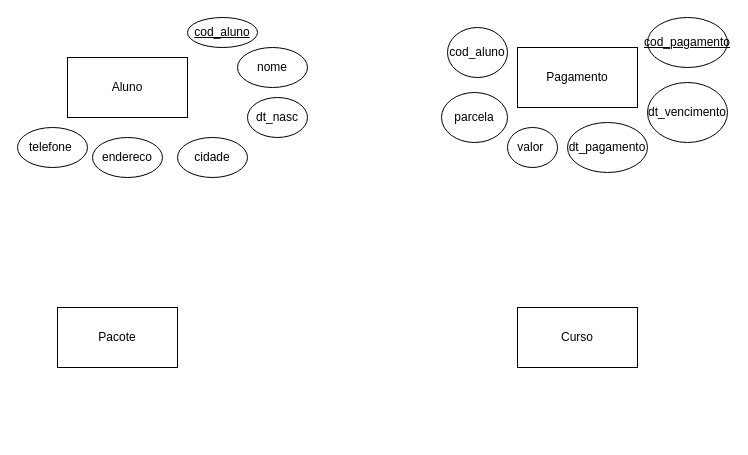
Above: modelo_relacional.drawio in taokya/aula_BD (draw.io), before the change. Source tidied: cells renumbered, new cells numbered last; positions are measured from the earlier drawing's top-left corner, leaving out a move shared by most shapes. Both pictures are drawn from the tidied source at 100%, with x=0, y=0 at pixel (17, 17).
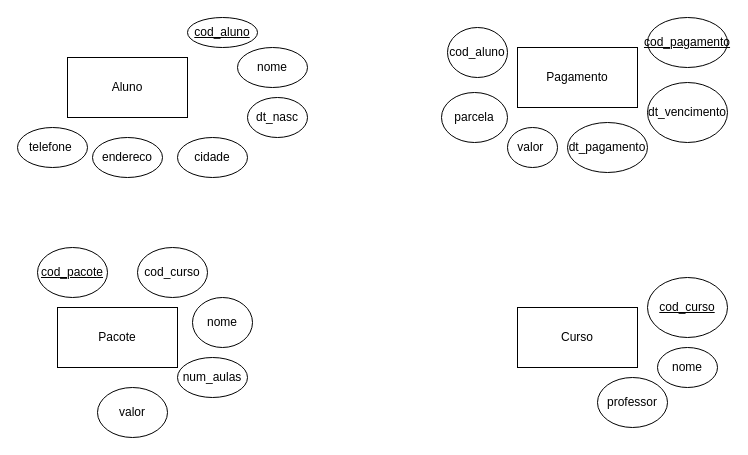
After the change.

Commit message:
Criadas as entidades e atributos de pacote e curso.drawio

What changed in the source:
```diff
@@
+    <mxCell id="18" value="num_aulas" style="ellipse;whiteSpace=wrap;html=1;" parent="1" vertex="1">
+      <mxGeometry x="160" y="340" width="70" height="40" as="geometry" />
+    </mxCell>
+    <mxCell id="19" value="nome" style="ellipse;whiteSpace=wrap;html=1;" parent="1" vertex="1">
+      <mxGeometry x="175" y="280" width="60" height="50" as="geometry" />
+    </mxCell>
+    <mxCell id="20" value="cod_curso" style="ellipse;whiteSpace=wrap;html=1;" parent="1" vertex="1">
+      <mxGeometry x="120" y="230" width="70" height="50" as="geometry" />
+    </mxCell>
+    <mxCell id="21" value="&lt;u&gt;cod_pacote&lt;/u&gt;" style="ellipse;whiteSpace=wrap;html=1;" parent="1" vertex="1">
+      <mxGeometry x="20" y="230" width="70" height="50" as="geometry" />
+    </mxCell>
+    <mxCell id="22" value="valor" style="ellipse;whiteSpace=wrap;html=1;" parent="1" vertex="1">
+      <mxGeometry x="80" y="370" width="70" height="50" as="geometry" />
+    </mxCell>
+    <mxCell id="23" value="professor" style="ellipse;whiteSpace=wrap;html=1;" parent="1" vertex="1">
+      <mxGeometry x="580" y="360" width="70" height="50" as="geometry" />
+    </mxCell>
+    <mxCell id="24" value="nome" style="ellipse;whiteSpace=wrap;html=1;" parent="1" vertex="1">
+      <mxGeometry x="640" y="330" width="60" height="40" as="geometry" />
+    </mxCell>
+    <mxCell id="25" value="&lt;u&gt;cod_curso&lt;/u&gt;" style="ellipse;whiteSpace=wrap;html=1;" parent="1" vertex="1">
+      <mxGeometry x="630" y="260" width="80" height="60" as="geometry" />
+    </mxCell>
```
